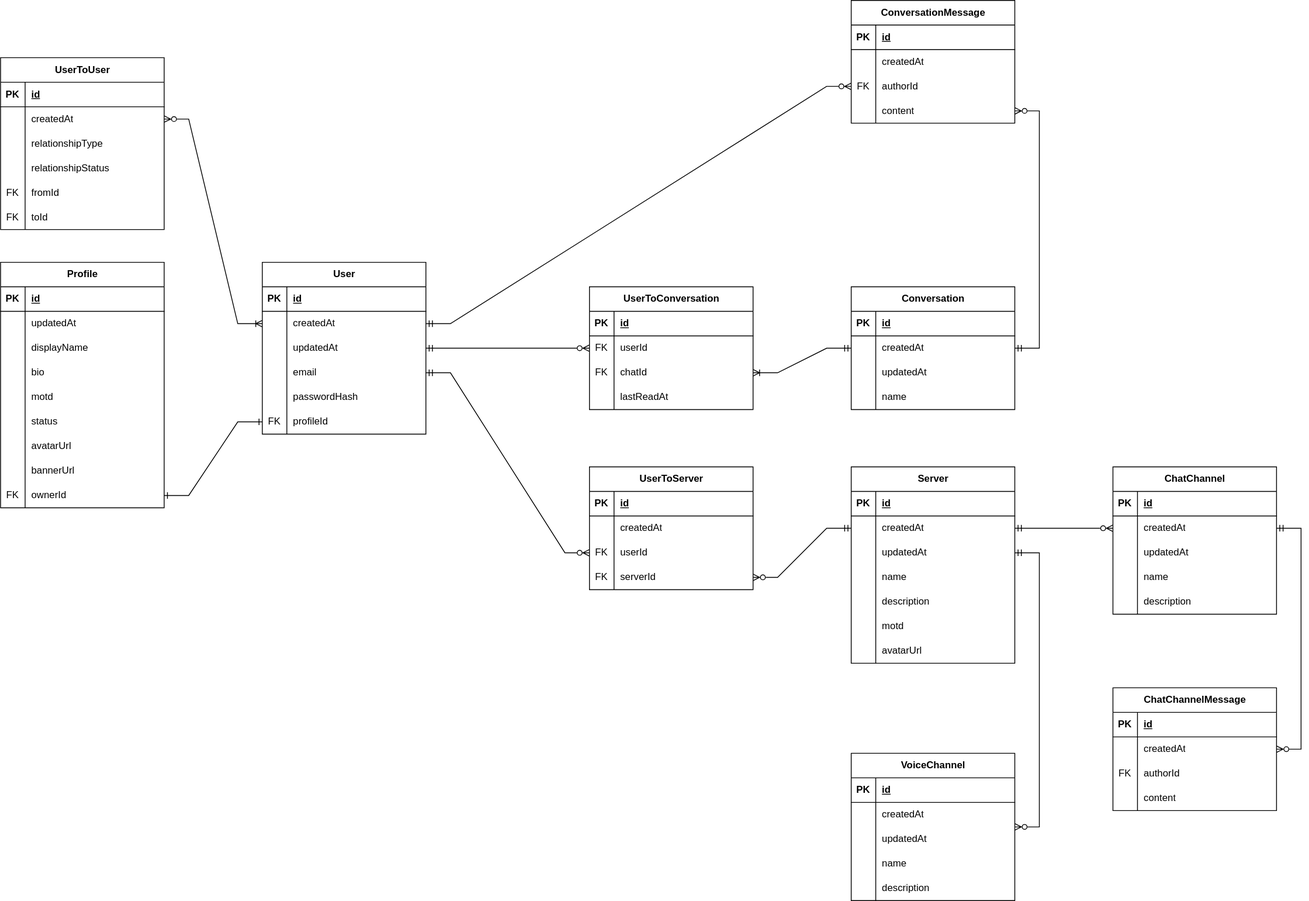
Above: diagrams/er-diagram.svg in qonsensus/backend (draw.io), before the change. Source tidied: cells renumbered, new cells last; positions are measured from the earlier drawing's top-left corner, leaving out a move shared by most shapes.
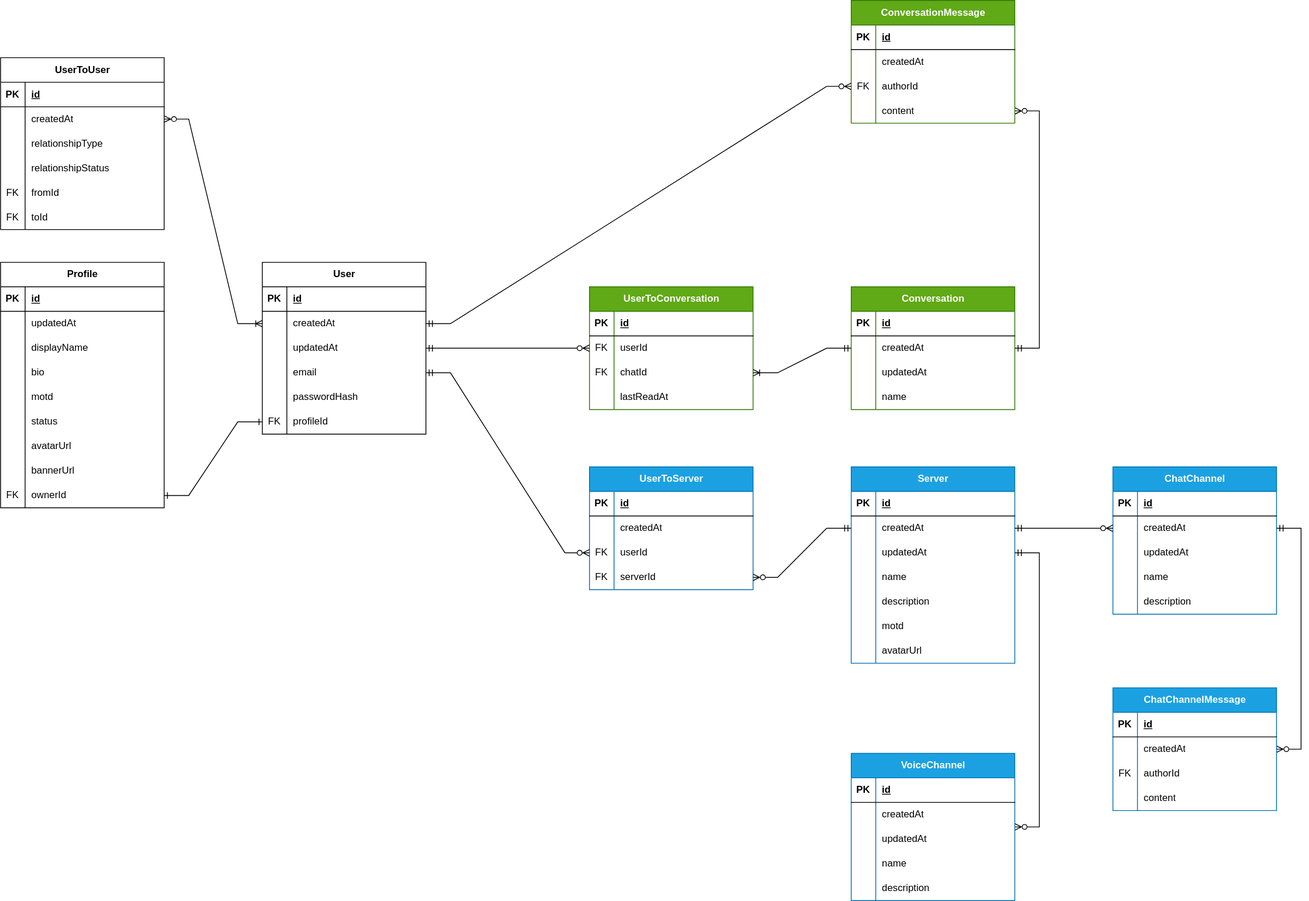
Above is the later version.

Commit message:
feat: add ChatChannel entity and update Server

The edit, as a diff of the source:
```diff
@@ -206,7 +206,7 @@
     <mxCell id="69" style="edgeStyle=entityRelationEdgeStyle;rounded=0;jettySize=auto;html=1;startArrow=ERone;startFill=0;endArrow=ERone;endFill=0;" parent="1" edge="1" source="66" target="18">
       <mxGeometry relative="1" as="geometry" />
     </mxCell>
-    <mxCell id="70" value="Conversation" style="shape=table;startSize=30;rowLines=0;fontStyle=1;align=center;html=1;" parent="1" vertex="1">
+    <mxCell id="70" value="Conversation" style="shape=table;startSize=30;rowLines=0;fontStyle=1;align=center;html=1;fillColor=#60a917;fontColor=#ffffff;strokeColor=#2D7600;" parent="1" vertex="1">
       <mxGeometry x="1040" y="350" width="200" height="150" as="geometry" />
     </mxCell>
     <mxCell id="71" style="shape=tableRow;horizontal=0;startSize=0;swimlaneHead=0;swimlaneBody=0;fillColor=none;top=0;left=0;right=0;bottom=1;" parent="70" vertex="1">
@@ -245,7 +245,7 @@
     <mxCell id="82" value="name" style="shape=partialRectangle;fillColor=none;top=0;left=0;bottom=0;right=0;align=left;spacingLeft=6;overflow=hidden;whiteSpace=wrap;html=1;" parent="80" vertex="1">
       <mxGeometry x="30" width="170" height="30" as="geometry" />
     </mxCell>
-    <mxCell id="83" value="UserToServer" style="shape=table;startSize=30;rowLines=0;fontStyle=1;align=center;html=1;" parent="1" vertex="1">
+    <mxCell id="83" value="UserToServer" style="shape=table;startSize=30;rowLines=0;fontStyle=1;align=center;html=1;fillColor=#1ba1e2;fontColor=#ffffff;strokeColor=#006EAF;" parent="1" vertex="1">
       <mxGeometry x="720" y="570" width="200" height="150" as="geometry" />
     </mxCell>
     <mxCell id="84" style="shape=tableRow;horizontal=0;startSize=0;swimlaneHead=0;swimlaneBody=0;fillColor=none;top=0;left=0;right=0;bottom=1;" parent="83" vertex="1">
@@ -287,7 +287,7 @@
     <mxCell id="96" style="edgeStyle=entityRelationEdgeStyle;rounded=0;jettySize=auto;html=1;entryX=1;entryY=0.5;entryDx=0;entryDy=0;endArrow=ERmandOne;endFill=0;startArrow=ERzeroToMany;startFill=0;" parent="1" edge="1" source="90" target="12">
       <mxGeometry relative="1" as="geometry" />
     </mxCell>
-    <mxCell id="97" value="Server" style="shape=table;startSize=30;rowLines=0;fontStyle=1;align=center;html=1;" parent="1" vertex="1">
+    <mxCell id="97" value="Server" style="shape=table;startSize=30;rowLines=0;fontStyle=1;align=center;html=1;fillColor=#1ba1e2;fontColor=#ffffff;strokeColor=#006EAF;" parent="1" vertex="1">
       <mxGeometry x="1040" y="570" width="200" height="240" as="geometry" />
     </mxCell>
     <mxCell id="98" style="shape=tableRow;horizontal=0;startSize=0;swimlaneHead=0;swimlaneBody=0;fillColor=none;top=0;left=0;right=0;bottom=1;" parent="97" vertex="1">
@@ -356,7 +356,7 @@
     <mxCell id="119" style="edgeStyle=entityRelationEdgeStyle;rounded=0;jettySize=auto;html=1;entryX=0;entryY=0.5;entryDx=0;entryDy=0;endArrow=ERmandOne;endFill=0;startArrow=ERzeroToMany;startFill=0;" parent="1" edge="1" source="93" target="101">
       <mxGeometry relative="1" as="geometry" />
     </mxCell>
-    <mxCell id="120" value="ChatChannel" style="shape=table;startSize=30;rowLines=0;fontStyle=1;align=center;html=1;" parent="1" vertex="1">
+    <mxCell id="120" value="ChatChannel" style="shape=table;startSize=30;rowLines=0;fontStyle=1;align=center;html=1;fillColor=#1ba1e2;fontColor=#ffffff;strokeColor=#006EAF;" parent="1" vertex="1">
       <mxGeometry x="1360" y="570" width="200" height="180" as="geometry" />
     </mxCell>
     <mxCell id="121" style="shape=tableRow;horizontal=0;startSize=0;swimlaneHead=0;swimlaneBody=0;fillColor=none;top=0;left=0;right=0;bottom=1;" parent="120" vertex="1">
@@ -410,7 +410,7 @@
     <mxCell id="137" style="edgeStyle=entityRelationEdgeStyle;rounded=0;jettySize=auto;html=1;endArrow=ERmandOne;endFill=0;startArrow=ERzeroToMany;startFill=0;exitX=1;exitY=0.5;exitDx=0;exitDy=0;" parent="1" edge="1" source="148" target="74">
       <mxGeometry relative="1" as="geometry" />
     </mxCell>
-    <mxCell id="138" value="ConversationMessage" style="shape=table;startSize=30;rowLines=0;fontStyle=1;align=center;html=1;" parent="1" vertex="1">
+    <mxCell id="138" value="ConversationMessage" style="shape=table;startSize=30;rowLines=0;fontStyle=1;align=center;html=1;fillColor=#60a917;fontColor=#ffffff;strokeColor=#2D7600;" parent="1" vertex="1">
       <mxGeometry x="1040" width="200" height="150" as="geometry" />
     </mxCell>
     <mxCell id="139" style="shape=tableRow;horizontal=0;startSize=0;swimlaneHead=0;swimlaneBody=0;fillColor=none;top=0;left=0;right=0;bottom=1;" parent="138" vertex="1">
@@ -458,7 +458,7 @@
     <mxCell id="153" style="edgeStyle=entityRelationEdgeStyle;rounded=0;jettySize=auto;html=1;entryX=1;entryY=0.5;entryDx=0;entryDy=0;endArrow=ERmandOne;endFill=0;startArrow=ERzeroToMany;startFill=0;" parent="1" edge="1" source="154" target="104">
       <mxGeometry relative="1" as="geometry" />
     </mxCell>
-    <mxCell id="154" value="VoiceChannel" style="shape=table;startSize=30;rowLines=0;fontStyle=1;align=center;html=1;" parent="1" vertex="1">
+    <mxCell id="154" value="VoiceChannel" style="shape=table;startSize=30;rowLines=0;fontStyle=1;align=center;html=1;fillColor=#1ba1e2;fontColor=#ffffff;strokeColor=#006EAF;" parent="1" vertex="1">
       <mxGeometry x="1040" y="920" width="200" height="180" as="geometry" />
     </mxCell>
     <mxCell id="155" style="shape=tableRow;horizontal=0;startSize=0;swimlaneHead=0;swimlaneBody=0;fillColor=none;top=0;left=0;right=0;bottom=1;" parent="154" vertex="1">
@@ -506,7 +506,7 @@
     <mxCell id="169" value="description" style="shape=partialRectangle;fillColor=none;top=0;left=0;bottom=0;right=0;align=left;spacingLeft=6;overflow=hidden;whiteSpace=wrap;html=1;" parent="167" vertex="1">
       <mxGeometry x="30" width="170" height="30" as="geometry" />
     </mxCell>
-    <mxCell id="170" value="UserToConversation" style="shape=table;startSize=30;rowLines=0;fontStyle=1;align=center;html=1;" parent="1" vertex="1">
+    <mxCell id="170" value="UserToConversation" style="shape=table;startSize=30;rowLines=0;fontStyle=1;align=center;html=1;fillColor=#60a917;fontColor=#ffffff;strokeColor=#2D7600;" parent="1" vertex="1">
       <mxGeometry x="720" y="350" width="200" height="150" as="geometry" />
     </mxCell>
     <mxCell id="171" style="shape=tableRow;horizontal=0;startSize=0;swimlaneHead=0;swimlaneBody=0;fillColor=none;top=0;left=0;right=0;bottom=1;" parent="170" vertex="1">
@@ -551,7 +551,7 @@
     <mxCell id="184" style="edgeStyle=orthogonalEdgeStyle;rounded=0;jettySize=auto;html=1;entryX=1;entryY=0.5;entryDx=0;entryDy=0;endArrow=ERmandOne;endFill=0;startArrow=ERzeroToMany;startFill=0;" parent="1" edge="1" source="174" target="9">
       <mxGeometry relative="1" as="geometry" />
     </mxCell>
-    <mxCell id="185" value="ChatChannelMessage" style="shape=table;startSize=30;rowLines=0;fontStyle=1;align=center;html=1;" parent="1" vertex="1">
+    <mxCell id="185" value="ChatChannelMessage" style="shape=table;startSize=30;rowLines=0;fontStyle=1;align=center;html=1;fillColor=#1ba1e2;fontColor=#ffffff;strokeColor=#006EAF;" parent="1" vertex="1">
       <mxGeometry x="1360" y="840" width="200" height="150" as="geometry" />
     </mxCell>
     <mxCell id="186" style="shape=tableRow;horizontal=0;startSize=0;swimlaneHead=0;swimlaneBody=0;fillColor=none;top=0;left=0;right=0;bottom=1;" parent="185" vertex="1">
```
